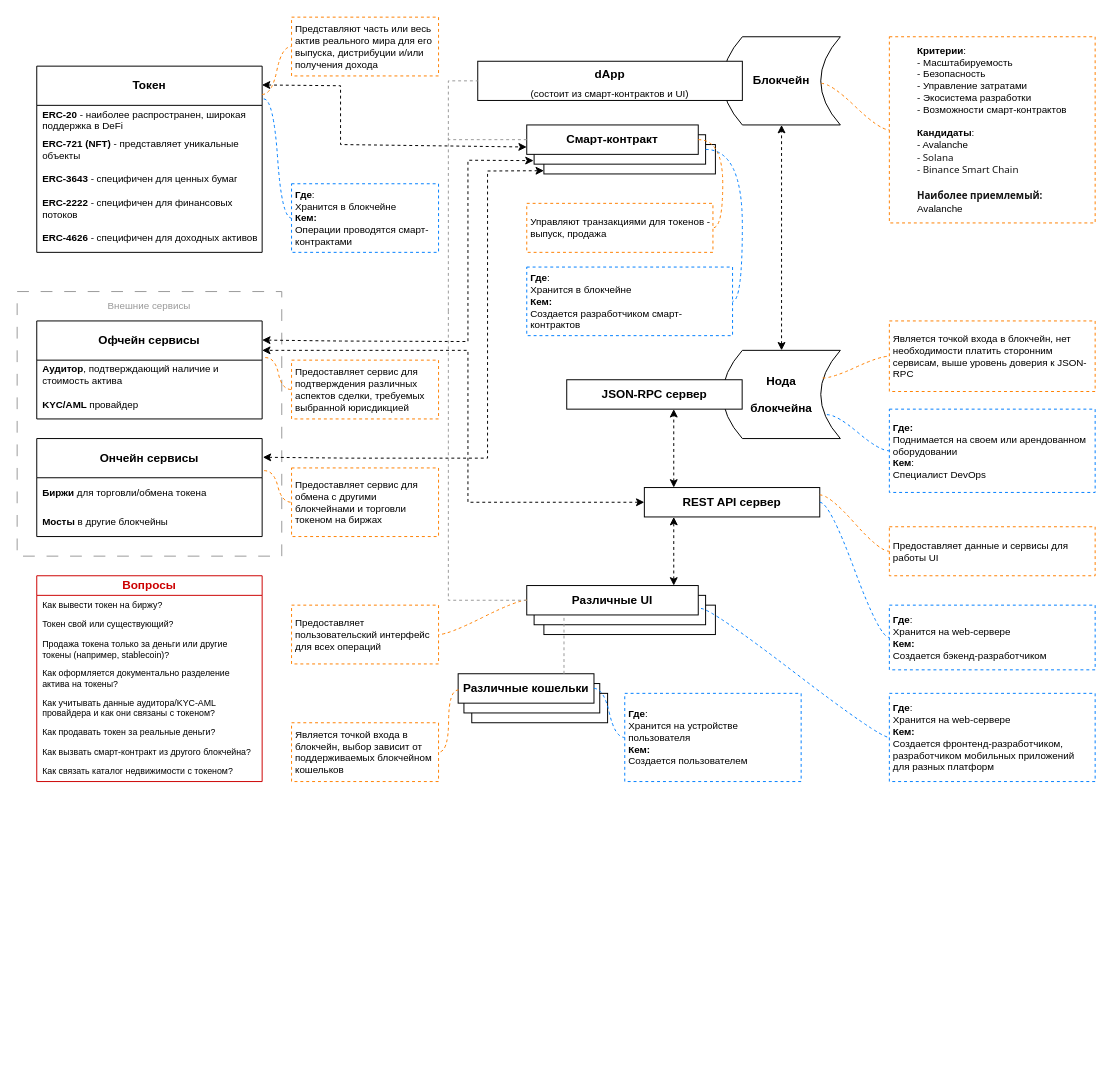
Before: RETM_MVP_extended.drawio in rpurei/RETM-Schemes, a draw.io diagram. Source tidied: cells renumbered, new cells numbered last; positions are measured from the earlier drawing's top-left corner, leaving out a move shared by most shapes. Both pictures are drawn from the tidied source at 98%, with x=0, y=0 at pixel (17, 17).
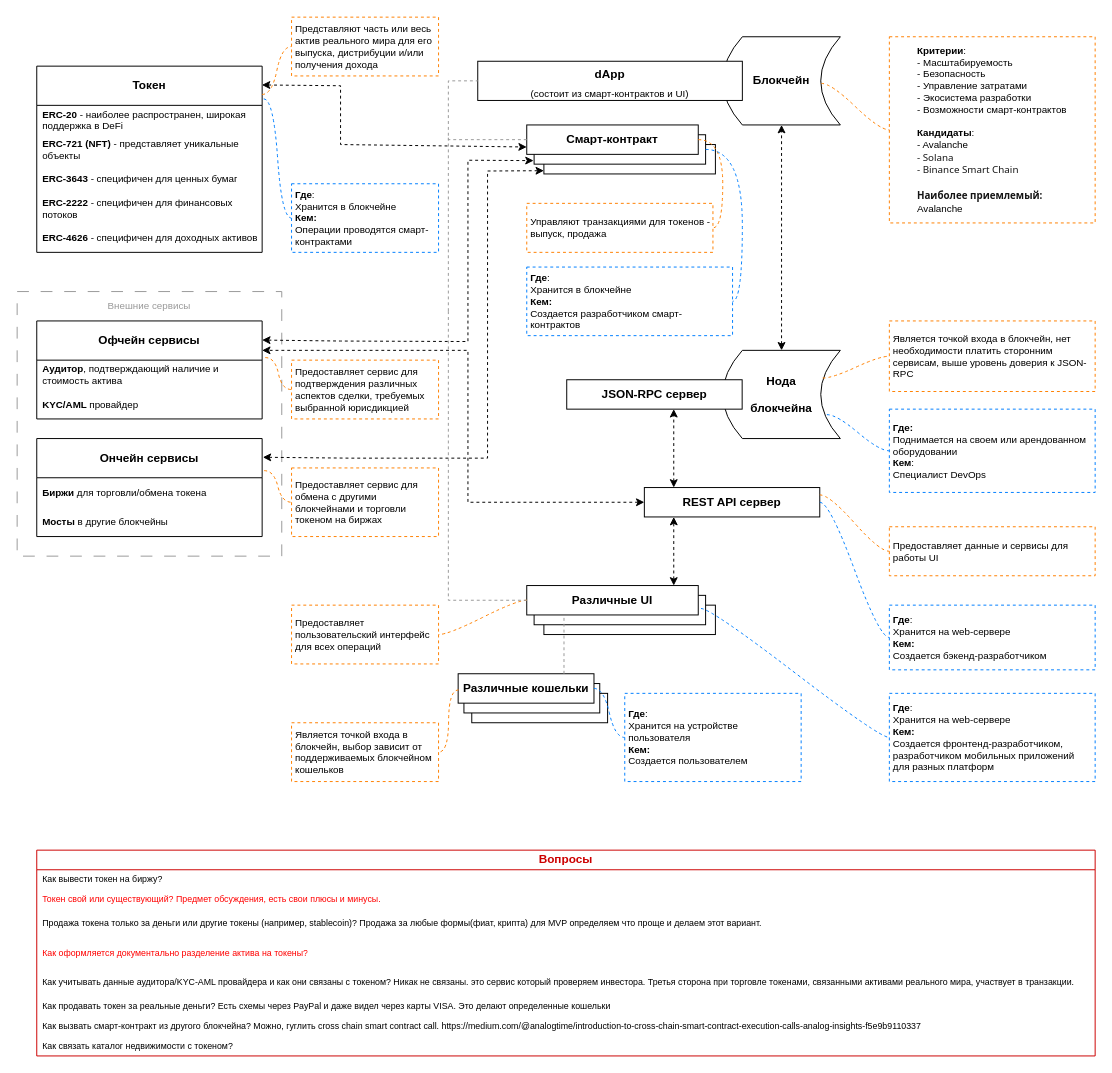
The same diagram, later.

Diff of the diagram source:
```diff
@@
     <mxCell id="73" value="&lt;b&gt;&lt;font color=&quot;#cc0000&quot;&gt;Вопросы&lt;/font&gt;&lt;/b&gt;" style="swimlane;fontStyle=0;horizontal=1;startSize=20;whiteSpace=wrap;html=1;strokeColor=#CC0000;" parent="1" vertex="1">
-      <mxGeometry x="20" y="570" width="230" height="210" as="geometry" />
+      <mxGeometry x="20" y="850" width="1080" height="210" as="geometry" />
     </mxCell>
     <mxCell id="74" value="Как вывести токен на биржу?" style="text;strokeColor=none;fillColor=none;align=left;verticalAlign=middle;spacingLeft=4;spacingRight=4;overflow=hidden;whiteSpace=wrap;html=1;fontColor=#000000;fontSize=9;" parent="73" vertex="1">
-      <mxGeometry y="20" width="230" height="20" as="geometry" />
+      <mxGeometry y="20" width="1080" height="20" as="geometry" />
     </mxCell>
-    <mxCell id="75" value="Токен свой или существующий?" style="text;strokeColor=none;fillColor=none;align=left;verticalAlign=middle;spacingLeft=4;spacingRight=4;overflow=hidden;whiteSpace=wrap;html=1;labelBackgroundColor=default;fontColor=#000000;fontSize=9;" parent="73" vertex="1">
-      <mxGeometry y="40" width="230" height="20" as="geometry" />
+    <mxCell id="75" value="Токен свой или существующий? Предмет обсуждения, есть свои плюсы и минусы." style="text;strokeColor=none;fillColor=none;align=left;verticalAlign=middle;spacingLeft=4;spacingRight=4;overflow=hidden;whiteSpace=wrap;html=1;labelBackgroundColor=default;fontColor=#FF0000;fontSize=9;" parent="73" vertex="1">
+      <mxGeometry y="40" width="1080" height="20" as="geometry" />
     </mxCell>
-    <mxCell id="76" value="Продажа токена только за деньги или другие токены (например, stablecoin)?" style="text;strokeColor=none;fillColor=none;align=left;verticalAlign=middle;spacingLeft=4;spacingRight=4;overflow=hidden;whiteSpace=wrap;html=1;labelBackgroundColor=default;fontColor=#000000;fontSize=9;" parent="73" vertex="1">
-      <mxGeometry y="60" width="230" height="30" as="geometry" />
+    <mxCell id="76" value="Продажа токена только за деньги или другие токены (например, stablecoin)? Продажа за любые формы(фиат, крипта) для MVP  определяем что проще и делаем этот вариант." style="text;strokeColor=none;fillColor=none;align=left;verticalAlign=middle;spacingLeft=4;spacingRight=4;overflow=hidden;whiteSpace=wrap;html=1;labelBackgroundColor=default;fontColor=#000000;fontSize=9;" parent="73" vertex="1">
+      <mxGeometry y="60" width="1080" height="30" as="geometry" />
     </mxCell>
-    <mxCell id="77" value="Как оформляется документально разделение актива на токены?" style="text;strokeColor=none;fillColor=none;align=left;verticalAlign=middle;spacingLeft=4;spacingRight=4;overflow=hidden;whiteSpace=wrap;html=1;labelBackgroundColor=default;fontColor=#000000;fontSize=9;" parent="73" vertex="1">
-      <mxGeometry y="90" width="230" height="30" as="geometry" />
+    <mxCell id="77" value="Как оформляется документально разделение актива на токены?" style="text;strokeColor=none;fillColor=none;align=left;verticalAlign=middle;spacingLeft=4;spacingRight=4;overflow=hidden;whiteSpace=wrap;html=1;labelBackgroundColor=default;fontColor=#FF0000;fontSize=9;" parent="73" vertex="1">
+      <mxGeometry y="90" width="1080" height="30" as="geometry" />
     </mxCell>
-    <mxCell id="78" value="Как учитывать данные аудитора/KYC-AML провайдера и как они связаны с токеном?" style="text;strokeColor=none;fillColor=none;align=left;verticalAlign=middle;spacingLeft=4;spacingRight=4;overflow=hidden;whiteSpace=wrap;html=1;labelBackgroundColor=default;fontColor=#000000;fontSize=9;" parent="73" vertex="1">
-      <mxGeometry y="120" width="230" height="30" as="geometry" />
+    <mxCell id="78" value="Как учитывать данные аудитора/KYC-AML провайдера и как они связаны с токеном?&amp;nbsp;Никак не связаны.  это сервис который проверяем инвестора. Третья сторона при торговле токенами, связанными активами реального мира, участвует в транзакции." style="text;strokeColor=none;fillColor=none;align=left;verticalAlign=middle;spacingLeft=4;spacingRight=4;overflow=hidden;whiteSpace=wrap;html=1;labelBackgroundColor=default;fontColor=#000000;fontSize=9;" parent="73" vertex="1">
+      <mxGeometry y="120" width="1080" height="30" as="geometry" />
     </mxCell>
-    <mxCell id="79" value="Как продавать токен за реальные деньги?" style="text;strokeColor=none;fillColor=none;align=left;verticalAlign=middle;spacingLeft=4;spacingRight=4;overflow=hidden;whiteSpace=wrap;html=1;labelBackgroundColor=default;fontColor=#000000;fontSize=9;" parent="73" vertex="1">
-      <mxGeometry y="150" width="230" height="20" as="geometry" />
+    <mxCell id="79" value="Как продавать токен за реальные деньги?&amp;nbsp;Есть схемы через PayPal и даже видел через карты VISA. Это делают определенные кошельки" style="text;strokeColor=none;fillColor=none;align=left;verticalAlign=middle;spacingLeft=4;spacingRight=4;overflow=hidden;whiteSpace=wrap;html=1;labelBackgroundColor=default;fontColor=#000000;fontSize=9;" parent="73" vertex="1">
+      <mxGeometry y="150" width="1080" height="20" as="geometry" />
     </mxCell>
-    <mxCell id="80" value="Как вызвать смарт-контракт из другого блокчейна?" style="text;strokeColor=none;fillColor=none;align=left;verticalAlign=middle;spacingLeft=4;spacingRight=4;overflow=hidden;whiteSpace=wrap;html=1;labelBackgroundColor=default;fontColor=#000000;fontSize=9;" parent="73" vertex="1">
-      <mxGeometry y="170" width="230" height="20" as="geometry" />
+    <mxCell id="80" value="Как вызвать смарт-контракт из другого блокчейна? Можно, гуглить cross chain smart contract call.&amp;nbsp;https://medium.com/@analogtime/introduction-to-cross-chain-smart-contract-execution-calls-analog-insights-f5e9b9110337&amp;nbsp;" style="text;strokeColor=none;fillColor=none;align=left;verticalAlign=middle;spacingLeft=4;spacingRight=4;overflow=hidden;whiteSpace=wrap;html=1;labelBackgroundColor=default;fontColor=#000000;fontSize=9;" parent="73" vertex="1">
+      <mxGeometry y="170" width="1080" height="20" as="geometry" />
     </mxCell>
     <mxCell id="81" value="Как связать каталог недвижимости с токеном?" style="text;strokeColor=none;fillColor=none;align=left;verticalAlign=middle;spacingLeft=4;spacingRight=4;overflow=hidden;whiteSpace=wrap;html=1;labelBackgroundColor=default;fontColor=#000000;fontSize=9;" parent="73" vertex="1">
-      <mxGeometry y="190" width="230" height="20" as="geometry" />
+      <mxGeometry y="190" width="1080" height="20" as="geometry" />
     </mxCell>
```
